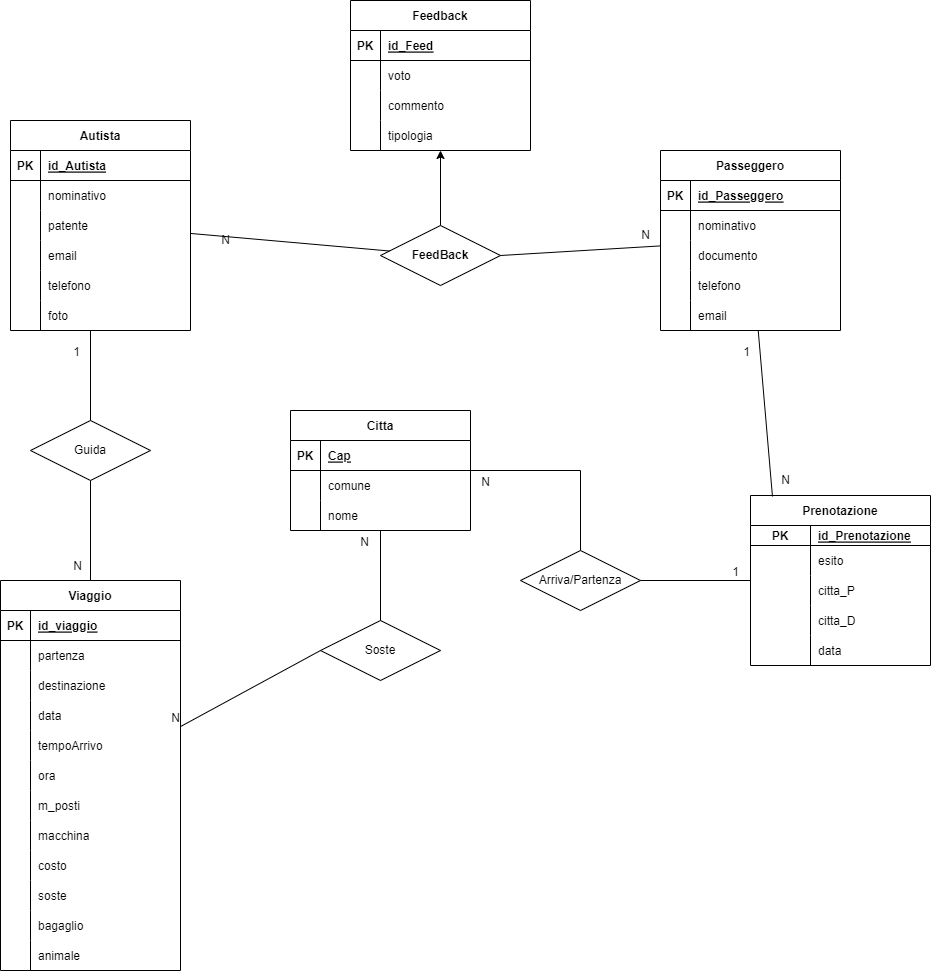
Above: Progetto Start-Up/digramma.png in lorogian/Simulazione_Seconda_Prova_Esame (draw.io), before the change. Source tidied: cells renumbered, new cells last; positions are measured from the earlier drawing's top-left corner, leaving out a move shared by most shapes.
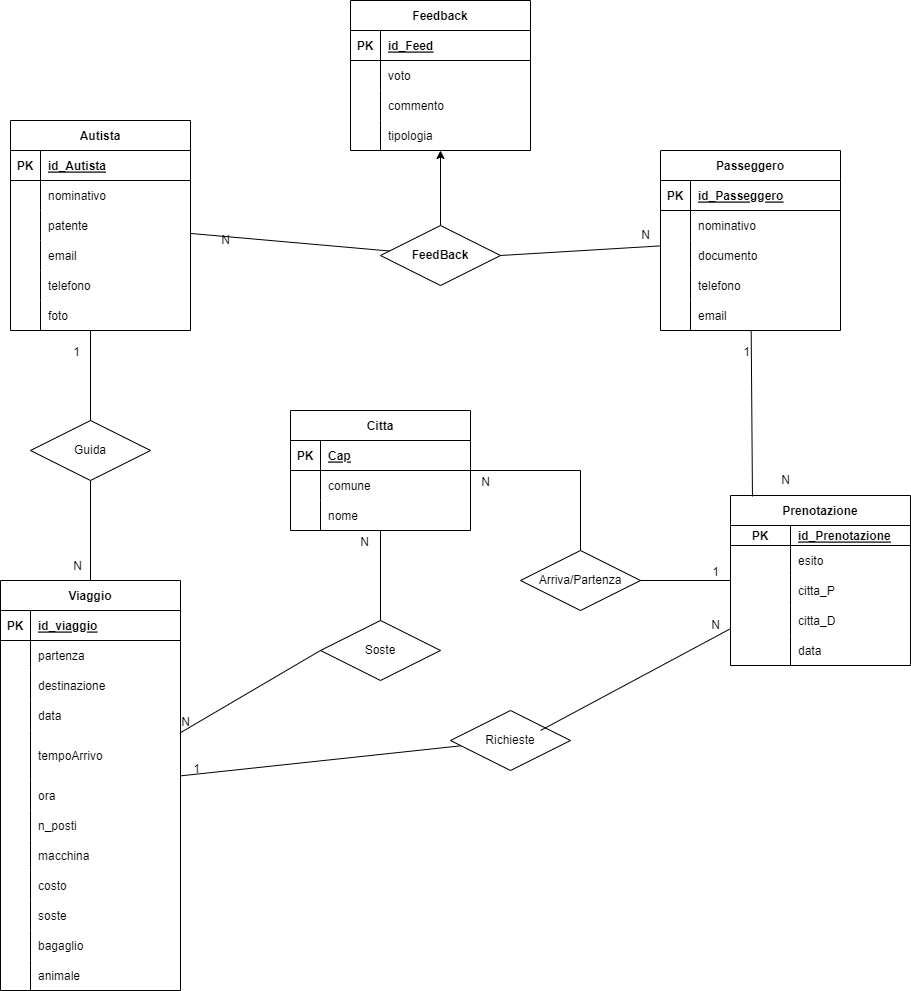
Above is the later version.

Change to the diagram source:
```diff
@@ -3,7 +3,7 @@
     <mxCell id="0" />
     <mxCell id="1" parent="0" />
     <mxCell id="2" value="Viaggio" style="shape=table;startSize=30;rowLines=0;fontStyle=1;align=center;" parent="1" vertex="1">
-      <mxGeometry y="580" width="180" height="390" as="geometry" />
+      <mxGeometry y="580" width="180" height="410" as="geometry" />
     </mxCell>
     <mxCell id="3" style="shape=tableRow;horizontal=0;startSize=0;swimlaneHead=0;swimlaneBody=0;fillColor=none;top=0;left=0;right=0;bottom=1;" parent="2" vertex="1">
       <mxGeometry y="30" width="180" height="30" as="geometry" />
@@ -42,16 +42,16 @@
       <mxGeometry x="30" width="150" height="30" as="geometry" />
     </mxCell>
     <mxCell id="15" style="shape=tableRow;horizontal=0;startSize=0;swimlaneHead=0;swimlaneBody=0;fillColor=none;top=0;left=0;right=0;bottom=0;" parent="2" vertex="1">
-      <mxGeometry y="150" width="180" height="30" as="geometry" />
+      <mxGeometry y="150" width="180" height="50" as="geometry" />
     </mxCell>
     <mxCell id="16" style="shape=partialRectangle;fillColor=none;top=0;left=0;bottom=0;right=0;overflow=hidden;" parent="15" vertex="1">
-      <mxGeometry width="30" height="30" as="geometry" />
+      <mxGeometry width="30" height="50" as="geometry" />
     </mxCell>
     <mxCell id="17" value="tempoArrivo" style="shape=partialRectangle;fillColor=none;top=0;left=0;bottom=0;right=0;align=left;spacingLeft=6;overflow=hidden;" parent="15" vertex="1">
-      <mxGeometry x="30" width="150" height="30" as="geometry" />
+      <mxGeometry x="30" width="150" height="50" as="geometry" />
     </mxCell>
     <mxCell id="18" style="shape=tableRow;horizontal=0;startSize=0;swimlaneHead=0;swimlaneBody=0;fillColor=none;top=0;left=0;right=0;bottom=0;" parent="2" vertex="1">
-      <mxGeometry y="180" width="180" height="30" as="geometry" />
+      <mxGeometry y="200" width="180" height="30" as="geometry" />
     </mxCell>
     <mxCell id="19" style="shape=partialRectangle;fillColor=none;top=0;left=0;bottom=0;right=0;overflow=hidden;" parent="18" vertex="1">
       <mxGeometry width="30" height="30" as="geometry" />
@@ -60,16 +60,16 @@
       <mxGeometry x="30" width="150" height="30" as="geometry" />
     </mxCell>
     <mxCell id="21" style="shape=tableRow;horizontal=0;startSize=0;swimlaneHead=0;swimlaneBody=0;fillColor=none;top=0;left=0;right=0;bottom=0;" parent="2" vertex="1">
-      <mxGeometry y="210" width="180" height="30" as="geometry" />
+      <mxGeometry y="230" width="180" height="30" as="geometry" />
     </mxCell>
     <mxCell id="22" style="shape=partialRectangle;fillColor=none;top=0;left=0;bottom=0;right=0;overflow=hidden;" parent="21" vertex="1">
       <mxGeometry width="30" height="30" as="geometry" />
     </mxCell>
-    <mxCell id="23" value="m_posti" style="shape=partialRectangle;fillColor=none;top=0;left=0;bottom=0;right=0;align=left;spacingLeft=6;overflow=hidden;" parent="21" vertex="1">
+    <mxCell id="23" value="n_posti" style="shape=partialRectangle;fillColor=none;top=0;left=0;bottom=0;right=0;align=left;spacingLeft=6;overflow=hidden;" parent="21" vertex="1">
       <mxGeometry x="30" width="150" height="30" as="geometry" />
     </mxCell>
     <mxCell id="24" style="shape=tableRow;horizontal=0;startSize=0;swimlaneHead=0;swimlaneBody=0;fillColor=none;top=0;left=0;right=0;bottom=0;" parent="2" vertex="1">
-      <mxGeometry y="240" width="180" height="30" as="geometry" />
+      <mxGeometry y="260" width="180" height="30" as="geometry" />
     </mxCell>
     <mxCell id="25" style="shape=partialRectangle;fillColor=none;top=0;left=0;bottom=0;right=0;overflow=hidden;" parent="24" vertex="1">
       <mxGeometry width="30" height="30" as="geometry" />
@@ -78,7 +78,7 @@
       <mxGeometry x="30" width="150" height="30" as="geometry" />
     </mxCell>
     <mxCell id="27" style="shape=tableRow;horizontal=0;startSize=0;swimlaneHead=0;swimlaneBody=0;fillColor=none;top=0;left=0;right=0;bottom=0;" parent="2" vertex="1">
-      <mxGeometry y="270" width="180" height="30" as="geometry" />
+      <mxGeometry y="290" width="180" height="30" as="geometry" />
     </mxCell>
     <mxCell id="28" style="shape=partialRectangle;fillColor=none;top=0;left=0;bottom=0;right=0;overflow=hidden;" parent="27" vertex="1">
       <mxGeometry width="30" height="30" as="geometry" />
@@ -87,7 +87,7 @@
       <mxGeometry x="30" width="150" height="30" as="geometry" />
     </mxCell>
     <mxCell id="30" style="shape=tableRow;horizontal=0;startSize=0;swimlaneHead=0;swimlaneBody=0;fillColor=none;top=0;left=0;right=0;bottom=0;" parent="2" vertex="1">
-      <mxGeometry y="300" width="180" height="30" as="geometry" />
+      <mxGeometry y="320" width="180" height="30" as="geometry" />
     </mxCell>
     <mxCell id="31" style="shape=partialRectangle;fillColor=none;top=0;left=0;bottom=0;right=0;overflow=hidden;" parent="30" vertex="1">
       <mxGeometry width="30" height="30" as="geometry" />
@@ -96,7 +96,7 @@
       <mxGeometry x="30" width="150" height="30" as="geometry" />
     </mxCell>
     <mxCell id="33" style="shape=tableRow;horizontal=0;startSize=0;swimlaneHead=0;swimlaneBody=0;fillColor=none;top=0;left=0;right=0;bottom=0;" parent="2" vertex="1">
-      <mxGeometry y="330" width="180" height="30" as="geometry" />
+      <mxGeometry y="350" width="180" height="30" as="geometry" />
     </mxCell>
     <mxCell id="34" style="shape=partialRectangle;fillColor=none;top=0;left=0;bottom=0;right=0;overflow=hidden;" parent="33" vertex="1">
       <mxGeometry width="30" height="30" as="geometry" />
@@ -105,7 +105,7 @@
       <mxGeometry x="30" width="150" height="30" as="geometry" />
     </mxCell>
     <mxCell id="36" style="shape=tableRow;horizontal=0;startSize=0;swimlaneHead=0;swimlaneBody=0;fillColor=none;top=0;left=0;right=0;bottom=0;" parent="2" vertex="1">
-      <mxGeometry y="360" width="180" height="30" as="geometry" />
+      <mxGeometry y="380" width="180" height="30" as="geometry" />
     </mxCell>
     <mxCell id="37" style="shape=partialRectangle;fillColor=none;top=0;left=0;bottom=0;right=0;overflow=hidden;" parent="36" vertex="1">
       <mxGeometry width="30" height="30" as="geometry" />
@@ -258,7 +258,7 @@
       <mxGeometry x="30" width="150" height="30" as="geometry" />
     </mxCell>
     <mxCell id="87" value="Prenotazione" style="shape=table;startSize=30;rowLines=0;fontStyle=1;align=center;" parent="1" vertex="1">
-      <mxGeometry x="750" y="495" width="180" height="170" as="geometry" />
+      <mxGeometry x="730" y="495" width="180" height="170" as="geometry" />
     </mxCell>
     <mxCell id="88" style="shape=tableRow;horizontal=0;startSize=0;swimlaneHead=0;swimlaneBody=0;fillColor=none;top=0;left=0;right=0;bottom=1;" parent="87" vertex="1">
       <mxGeometry y="30" width="180" height="20" as="geometry" />
@@ -360,7 +360,9 @@
       <mxGeometry relative="1" as="geometry" />
     </mxCell>
     <mxCell id="121" value="N" style="html=1;align=right;verticalAlign=bottom;" parent="120" vertex="1">
-      <mxGeometry x="1" relative="1" as="geometry" />
+      <mxGeometry x="1" relative="1" as="geometry">
+        <mxPoint x="10" y="-2" as="offset" />
+      </mxGeometry>
     </mxCell>
     <mxCell id="122" style="endArrow=none;html=1;rounded=0;exitX=0.5;exitY=0;exitDx=0;exitDy=0;" parent="1" edge="1" source="119" target="109">
       <mxGeometry relative="1" as="geometry" />
@@ -423,5 +425,24 @@
     <mxCell id="136" value="1" style="html=1;align=right;verticalAlign=bottom;" parent="1" vertex="1">
       <mxGeometry x="750" y="360" as="geometry" />
     </mxCell>
+    <mxCell id="137" value="Richieste" style="shape=rhombus;perimeter=rhombusPerimeter;whiteSpace=wrap;html=1;align=center;" parent="1" vertex="1">
+      <mxGeometry x="450" y="710" width="120" height="60" as="geometry" />
+    </mxCell>
+    <mxCell id="138" style="endArrow=none;html=1;rounded=0;" parent="1" edge="1" source="137" target="2">
+      <mxGeometry relative="1" as="geometry" />
+    </mxCell>
+    <mxCell id="139" value="1" style="html=1;align=right;verticalAlign=bottom;" parent="138" vertex="1">
+      <mxGeometry x="1" relative="1" as="geometry">
+        <mxPoint x="20" y="2" as="offset" />
+      </mxGeometry>
+    </mxCell>
+    <mxCell id="140" style="endArrow=none;html=1;rounded=0;" parent="1" edge="1" target="87">
+      <mxGeometry relative="1" as="geometry">
+        <mxPoint x="540" y="730" as="sourcePoint" />
+      </mxGeometry>
+    </mxCell>
+    <mxCell id="141" value="N" style="text;html=1;align=center;verticalAlign=middle;strokeColor=none;fillColor=none;" parent="1" vertex="1">
+      <mxGeometry x="700" y="610" width="30" height="30" as="geometry" />
+    </mxCell>
   </root>
 </mxGraphModel>
```
